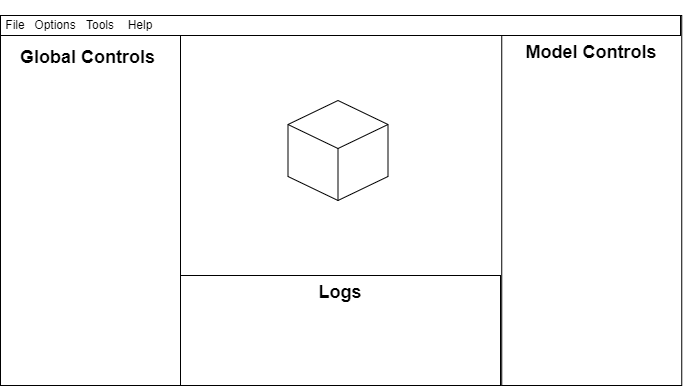
ZOulhadj/vmve keeps this draw.io diagram as docs/report/images/ui_design.png. Above is the earlier version. Source tidied: cells renumbered, new cells last; positions are measured from the earlier drawing's top-left corner, leaving out a move shared by most shapes. Source of this version:
```xml
<mxGraphModel>
  <root>
    <mxCell id="0" />
    <mxCell id="1" parent="0" />
    <mxCell id="2" style="rounded=0;whiteSpace=wrap;html=1;" parent="1" vertex="1">
      <mxGeometry width="680" height="370" as="geometry" />
    </mxCell>
    <mxCell id="3" style="rounded=0;whiteSpace=wrap;html=1;" parent="1" vertex="1">
      <mxGeometry width="180" height="370" as="geometry" />
    </mxCell>
    <mxCell id="4" style="rounded=0;whiteSpace=wrap;html=1;" parent="1" vertex="1">
      <mxGeometry x="501.2" width="180" height="370" as="geometry" />
    </mxCell>
    <mxCell id="5" style="rounded=0;whiteSpace=wrap;html=1;" parent="1" vertex="1">
      <mxGeometry x="180" y="260" width="320" height="110" as="geometry" />
    </mxCell>
    <mxCell id="6" style="rounded=0;whiteSpace=wrap;html=1;" parent="1" vertex="1">
      <mxGeometry width="680" height="20" as="geometry" />
    </mxCell>
    <mxCell id="7" style="html=1;shape=mxgraph.basic.isocube;isoAngle=15;shadow=0;sketch=0;rotation=0;" parent="1" vertex="1">
      <mxGeometry x="287.5" y="85" width="100" height="100" as="geometry" />
    </mxCell>
    <mxCell id="8" value="File" style="text;html=1;strokeColor=none;fillColor=none;align=center;verticalAlign=middle;whiteSpace=wrap;rounded=0;" parent="1" vertex="1">
      <mxGeometry width="30" height="20" as="geometry" />
    </mxCell>
    <mxCell id="9" value="Options" style="text;html=1;strokeColor=none;fillColor=none;align=center;verticalAlign=middle;whiteSpace=wrap;rounded=0;" parent="1" vertex="1">
      <mxGeometry x="30" width="50" height="20" as="geometry" />
    </mxCell>
    <mxCell id="10" value="Tools" style="text;html=1;strokeColor=none;fillColor=none;align=center;verticalAlign=middle;whiteSpace=wrap;rounded=0;" parent="1" vertex="1">
      <mxGeometry x="80" width="40" height="20" as="geometry" />
    </mxCell>
    <mxCell id="11" value="Help" style="text;html=1;strokeColor=none;fillColor=none;align=center;verticalAlign=middle;whiteSpace=wrap;rounded=0;" parent="1" vertex="1">
      <mxGeometry x="120" width="40" height="20" as="geometry" />
    </mxCell>
    <mxCell id="12" value="&lt;h1&gt;&lt;font style=&quot;font-size: 18px;&quot;&gt;Global Controls&lt;/font&gt;&lt;/h1&gt;" style="text;html=1;strokeColor=none;fillColor=none;spacing=5;spacingTop=-20;whiteSpace=wrap;overflow=hidden;rounded=0;" parent="1" vertex="1">
      <mxGeometry x="15" y="20" width="150" height="50" as="geometry" />
    </mxCell>
    <mxCell id="13" value="&lt;h1 style=&quot;border-color: var(--border-color); text-align: left;&quot;&gt;&lt;font style=&quot;border-color: var(--border-color); font-size: 18px;&quot;&gt;Logs&lt;/font&gt;&lt;/h1&gt;" style="text;html=1;strokeColor=none;fillColor=none;align=center;verticalAlign=middle;whiteSpace=wrap;rounded=0;fontSize=18;" parent="1" vertex="1">
      <mxGeometry x="180" y="260" width="320" height="20" as="geometry" />
    </mxCell>
    <mxCell id="14" value="&lt;h1 style=&quot;border-color: var(--border-color); text-align: left;&quot;&gt;&lt;span style=&quot;font-size: 18px;&quot;&gt;Model Controls&lt;/span&gt;&lt;/h1&gt;" style="text;html=1;strokeColor=none;fillColor=none;align=center;verticalAlign=middle;whiteSpace=wrap;rounded=0;fontSize=18;" parent="1" vertex="1">
      <mxGeometry x="509.4" y="20" width="163.8" height="20" as="geometry" />
    </mxCell>
  </root>
</mxGraphModel>
```
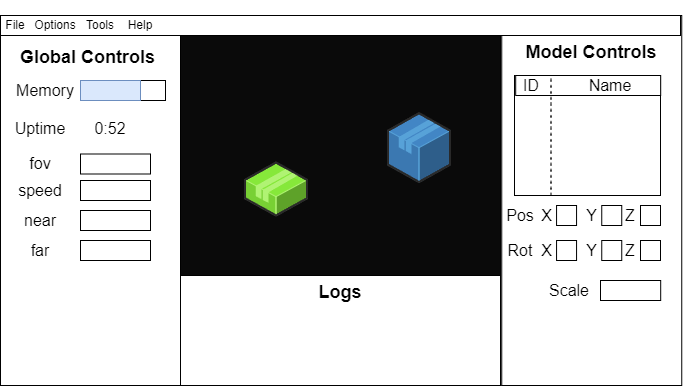
After the change.

The edit, as a diff of the source:
```diff
@@ -17,29 +17,137 @@
     <mxCell id="6" style="rounded=0;whiteSpace=wrap;html=1;" parent="1" vertex="1">
       <mxGeometry width="680" height="20" as="geometry" />
     </mxCell>
-    <mxCell id="7" style="html=1;shape=mxgraph.basic.isocube;isoAngle=15;shadow=0;sketch=0;rotation=0;" parent="1" vertex="1">
-      <mxGeometry x="287.5" y="85" width="100" height="100" as="geometry" />
+    <mxCell id="7" value="File" style="text;html=1;strokeColor=none;fillColor=none;align=center;verticalAlign=middle;whiteSpace=wrap;rounded=0;" parent="1" vertex="1">
+      <mxGeometry width="30" height="20" as="geometry" />
     </mxCell>
-    <mxCell id="8" value="File" style="text;html=1;strokeColor=none;fillColor=none;align=center;verticalAlign=middle;whiteSpace=wrap;rounded=0;" parent="1" vertex="1">
-      <mxGeometry width="30" height="20" as="geometry" />
+    <mxCell id="8" value="Options" style="text;html=1;strokeColor=none;fillColor=none;align=center;verticalAlign=middle;whiteSpace=wrap;rounded=0;" parent="1" vertex="1">
+      <mxGeometry x="30" width="50" height="20" as="geometry" />
     </mxCell>
-    <mxCell id="9" value="Options" style="text;html=1;strokeColor=none;fillColor=none;align=center;verticalAlign=middle;whiteSpace=wrap;rounded=0;" parent="1" vertex="1">
-      <mxGeometry x="30" width="50" height="20" as="geometry" />
+    <mxCell id="9" value="Tools" style="text;html=1;strokeColor=none;fillColor=none;align=center;verticalAlign=middle;whiteSpace=wrap;rounded=0;" parent="1" vertex="1">
+      <mxGeometry x="80" width="40" height="20" as="geometry" />
     </mxCell>
-    <mxCell id="10" value="Tools" style="text;html=1;strokeColor=none;fillColor=none;align=center;verticalAlign=middle;whiteSpace=wrap;rounded=0;" parent="1" vertex="1">
-      <mxGeometry x="80" width="40" height="20" as="geometry" />
+    <mxCell id="10" value="Help" style="text;html=1;strokeColor=none;fillColor=none;align=center;verticalAlign=middle;whiteSpace=wrap;rounded=0;" parent="1" vertex="1">
+      <mxGeometry x="120" width="40" height="20" as="geometry" />
     </mxCell>
-    <mxCell id="11" value="Help" style="text;html=1;strokeColor=none;fillColor=none;align=center;verticalAlign=middle;whiteSpace=wrap;rounded=0;" parent="1" vertex="1">
-      <mxGeometry x="120" width="40" height="20" as="geometry" />
+    <mxCell id="11" value="&lt;h1&gt;&lt;font style=&quot;font-size: 18px;&quot;&gt;Global Controls&lt;/font&gt;&lt;/h1&gt;" style="text;html=1;strokeColor=none;fillColor=none;spacing=5;spacingTop=-20;whiteSpace=wrap;overflow=hidden;rounded=0;" parent="1" vertex="1">
+      <mxGeometry x="15" y="20" width="150" height="50" as="geometry" />
     </mxCell>
-    <mxCell id="12" value="&lt;h1&gt;&lt;font style=&quot;font-size: 18px;&quot;&gt;Global Controls&lt;/font&gt;&lt;/h1&gt;" style="text;html=1;strokeColor=none;fillColor=none;spacing=5;spacingTop=-20;whiteSpace=wrap;overflow=hidden;rounded=0;" parent="1" vertex="1">
-      <mxGeometry x="15" y="20" width="150" height="50" as="geometry" />
+    <mxCell id="12" value="&lt;h1 style=&quot;border-color: var(--border-color); text-align: left;&quot;&gt;&lt;font style=&quot;border-color: var(--border-color); font-size: 18px;&quot;&gt;Logs&lt;/font&gt;&lt;/h1&gt;" style="text;html=1;strokeColor=none;fillColor=none;align=center;verticalAlign=middle;whiteSpace=wrap;rounded=0;fontSize=18;" parent="1" vertex="1">
+      <mxGeometry x="180" y="265" width="320" height="10" as="geometry" />
     </mxCell>
-    <mxCell id="13" value="&lt;h1 style=&quot;border-color: var(--border-color); text-align: left;&quot;&gt;&lt;font style=&quot;border-color: var(--border-color); font-size: 18px;&quot;&gt;Logs&lt;/font&gt;&lt;/h1&gt;" style="text;html=1;strokeColor=none;fillColor=none;align=center;verticalAlign=middle;whiteSpace=wrap;rounded=0;fontSize=18;" parent="1" vertex="1">
-      <mxGeometry x="180" y="260" width="320" height="20" as="geometry" />
+    <mxCell id="13" value="&lt;h1 style=&quot;border-color: var(--border-color); text-align: left;&quot;&gt;&lt;span style=&quot;font-size: 18px;&quot;&gt;Model Controls&lt;/span&gt;&lt;/h1&gt;" style="text;html=1;strokeColor=none;fillColor=none;align=center;verticalAlign=middle;whiteSpace=wrap;rounded=0;fontSize=18;" parent="1" vertex="1">
+      <mxGeometry x="509.4" y="20" width="163.8" height="20" as="geometry" />
     </mxCell>
-    <mxCell id="14" value="&lt;h1 style=&quot;border-color: var(--border-color); text-align: left;&quot;&gt;&lt;span style=&quot;font-size: 18px;&quot;&gt;Model Controls&lt;/span&gt;&lt;/h1&gt;" style="text;html=1;strokeColor=none;fillColor=none;align=center;verticalAlign=middle;whiteSpace=wrap;rounded=0;fontSize=18;" parent="1" vertex="1">
-      <mxGeometry x="509.4" y="20" width="163.8" height="20" as="geometry" />
+    <mxCell id="14" style="rounded=0;whiteSpace=wrap;html=1;fontSize=16;" parent="1" vertex="1">
+      <mxGeometry x="514" y="60" width="146" height="120" as="geometry" />
     </mxCell>
+    <mxCell id="15" style="rounded=0;whiteSpace=wrap;html=1;fontSize=16;" parent="1" vertex="1">
+      <mxGeometry x="640" y="190" width="20" height="20" as="geometry" />
+    </mxCell>
+    <mxCell id="16" style="rounded=0;whiteSpace=wrap;html=1;fontSize=16;" parent="1" vertex="1">
+      <mxGeometry x="600" y="265" width="60.2" height="20" as="geometry" />
+    </mxCell>
+    <mxCell id="17" value="X" style="text;html=1;strokeColor=none;fillColor=none;align=center;verticalAlign=middle;whiteSpace=wrap;rounded=0;fontSize=16;" parent="1" vertex="1">
+      <mxGeometry x="537.3" y="185" width="18.8" height="30" as="geometry" />
+    </mxCell>
+    <mxCell id="18" style="rounded=0;whiteSpace=wrap;html=1;fontSize=16;" parent="1" vertex="1">
+      <mxGeometry x="601.2" y="190" width="20" height="20" as="geometry" />
+    </mxCell>
+    <mxCell id="19" style="rounded=0;whiteSpace=wrap;html=1;fontSize=16;" parent="1" vertex="1">
+      <mxGeometry x="556.1" y="190" width="20" height="20" as="geometry" />
+    </mxCell>
+    <mxCell id="20" value="Y" style="text;html=1;strokeColor=none;fillColor=none;align=center;verticalAlign=middle;whiteSpace=wrap;rounded=0;fontSize=16;" parent="1" vertex="1">
+      <mxGeometry x="586.1" y="185" width="11.4" height="30" as="geometry" />
+    </mxCell>
+    <mxCell id="21" value="Z" style="text;html=1;strokeColor=none;fillColor=none;align=center;verticalAlign=middle;whiteSpace=wrap;rounded=0;fontSize=16;" parent="1" vertex="1">
+      <mxGeometry x="625" y="185" width="10" height="30" as="geometry" />
+    </mxCell>
+    <mxCell id="22" value="Scale" style="text;html=1;strokeColor=none;fillColor=none;align=center;verticalAlign=middle;whiteSpace=wrap;rounded=0;fontSize=16;" parent="1" vertex="1">
+      <mxGeometry x="539.4" y="260" width="60" height="30" as="geometry" />
+    </mxCell>
+    <mxCell id="23" style="rounded=0;whiteSpace=wrap;html=1;fontSize=16;" parent="1" vertex="1">
+      <mxGeometry x="515.2" y="60" width="145" height="20" as="geometry" />
+    </mxCell>
+    <mxCell id="24" style="endArrow=none;dashed=1;html=1;rounded=0;fontSize=12;startSize=8;endSize=8;curved=1;exitX=0.25;exitY=1;exitDx=0;exitDy=0;entryX=0.25;entryY=0;entryDx=0;entryDy=0;" parent="1" edge="1" source="14" target="14">
+      <mxGeometry relative="1" as="geometry" />
+    </mxCell>
+    <mxCell id="25" value="ID" style="text;html=1;strokeColor=none;fillColor=none;align=center;verticalAlign=middle;whiteSpace=wrap;rounded=0;fontSize=16;" parent="1" vertex="1">
+      <mxGeometry x="501.2" y="55" width="60" height="30" as="geometry" />
+    </mxCell>
+    <mxCell id="26" value="Name" style="text;html=1;strokeColor=none;fillColor=none;align=center;verticalAlign=middle;whiteSpace=wrap;rounded=0;fontSize=16;" parent="1" vertex="1">
+      <mxGeometry x="580.2" y="55" width="60" height="30" as="geometry" />
+    </mxCell>
+    <mxCell id="27" style="rounded=0;whiteSpace=wrap;html=1;fontSize=16;fillColor=#0A0A0A;" parent="1" vertex="1">
+      <mxGeometry x="180" y="20" width="320" height="240" as="geometry" />
+    </mxCell>
+    <mxCell id="28" style="verticalLabelPosition=bottom;html=1;verticalAlign=top;strokeWidth=1;align=center;dashed=0;shape=mxgraph.aws3d.application;fillColor=#4286c5;strokeColor=#57A2D8;fontSize=16;" parent="1" vertex="1">
+      <mxGeometry x="387.5" y="97.7" width="62" height="68.8" as="geometry" />
+    </mxCell>
+    <mxCell id="29" style="verticalLabelPosition=bottom;html=1;verticalAlign=top;strokeWidth=1;align=center;dashed=0;shape=mxgraph.aws3d.application2;fillColor=#86E83A;strokeColor=#B0F373;fontSize=16;" parent="1" vertex="1">
+      <mxGeometry x="244.5" y="147" width="62" height="53" as="geometry" />
+    </mxCell>
+    <mxCell id="30" style="rounded=0;whiteSpace=wrap;html=1;fontSize=16;" parent="1" vertex="1">
+      <mxGeometry x="80" y="65" width="85" height="20" as="geometry" />
+    </mxCell>
+    <mxCell id="31" style="rounded=0;whiteSpace=wrap;html=1;fontSize=16;fillColor=#dae8fc;strokeColor=#6c8ebf;" parent="1" vertex="1">
+      <mxGeometry x="80" y="65" width="60" height="20" as="geometry" />
+    </mxCell>
+    <mxCell id="32" value="Memory" style="text;html=1;strokeColor=none;fillColor=none;align=center;verticalAlign=middle;whiteSpace=wrap;rounded=0;fontSize=16;" parent="1" vertex="1">
+      <mxGeometry x="15" y="60" width="60" height="30" as="geometry" />
+    </mxCell>
+    <mxCell id="33" style="rounded=0;whiteSpace=wrap;html=1;fontSize=16;" parent="1" vertex="1">
+      <mxGeometry x="640" y="225" width="20" height="20" as="geometry" />
+    </mxCell>
+    <mxCell id="34" value="X" style="text;html=1;strokeColor=none;fillColor=none;align=center;verticalAlign=middle;whiteSpace=wrap;rounded=0;fontSize=16;" parent="1" vertex="1">
+      <mxGeometry x="537.3" y="220" width="18.8" height="30" as="geometry" />
+    </mxCell>
+    <mxCell id="35" style="rounded=0;whiteSpace=wrap;html=1;fontSize=16;" parent="1" vertex="1">
+      <mxGeometry x="601.2" y="225" width="20" height="20" as="geometry" />
+    </mxCell>
+    <mxCell id="36" style="rounded=0;whiteSpace=wrap;html=1;fontSize=16;" parent="1" vertex="1">
+      <mxGeometry x="556.1" y="225" width="20" height="20" as="geometry" />
+    </mxCell>
+    <mxCell id="37" value="Y" style="text;html=1;strokeColor=none;fillColor=none;align=center;verticalAlign=middle;whiteSpace=wrap;rounded=0;fontSize=16;" parent="1" vertex="1">
+      <mxGeometry x="586.1" y="220" width="11.4" height="30" as="geometry" />
+    </mxCell>
+    <mxCell id="38" value="Z" style="text;html=1;strokeColor=none;fillColor=none;align=center;verticalAlign=middle;whiteSpace=wrap;rounded=0;fontSize=16;" parent="1" vertex="1">
+      <mxGeometry x="625" y="220" width="10" height="30" as="geometry" />
+    </mxCell>
+    <mxCell id="39" value="Pos" style="text;html=1;strokeColor=none;fillColor=none;align=center;verticalAlign=middle;whiteSpace=wrap;rounded=0;fontSize=16;" parent="1" vertex="1">
+      <mxGeometry x="490" y="185" width="60" height="30" as="geometry" />
+    </mxCell>
+    <mxCell id="40" value="Rot" style="text;html=1;strokeColor=none;fillColor=none;align=center;verticalAlign=middle;whiteSpace=wrap;rounded=0;fontSize=16;" parent="1" vertex="1">
+      <mxGeometry x="490" y="220" width="60" height="30" as="geometry" />
+    </mxCell>
+    <mxCell id="41" value="Uptime" style="text;html=1;strokeColor=none;fillColor=none;align=center;verticalAlign=middle;whiteSpace=wrap;rounded=0;fontSize=16;" parent="1" vertex="1">
+      <mxGeometry x="10" y="97.7" width="60" height="30" as="geometry" />
+    </mxCell>
+    <mxCell id="42" value="0:52" style="text;html=1;strokeColor=none;fillColor=none;align=center;verticalAlign=middle;whiteSpace=wrap;rounded=0;fontSize=16;" parent="1" vertex="1">
+      <mxGeometry x="80" y="97.7" width="60" height="30" as="geometry" />
+    </mxCell>
+    <mxCell id="43" style="rounded=0;whiteSpace=wrap;html=1;fontSize=16;" parent="1" vertex="1">
+      <mxGeometry x="80" y="138.5" width="70" height="20" as="geometry" />
+    </mxCell>
+    <mxCell id="44" style="rounded=0;whiteSpace=wrap;html=1;fontSize=16;" parent="1" vertex="1">
+      <mxGeometry x="80" y="165" width="70" height="20" as="geometry" />
+    </mxCell>
+    <mxCell id="45" style="rounded=0;whiteSpace=wrap;html=1;fontSize=16;" parent="1" vertex="1">
+      <mxGeometry x="80" y="195" width="70" height="20" as="geometry" />
+    </mxCell>
+    <mxCell id="46" value="fov" style="text;html=1;strokeColor=none;fillColor=none;align=center;verticalAlign=middle;whiteSpace=wrap;rounded=0;fontSize=16;" parent="1" vertex="1">
+      <mxGeometry x="10" y="133.5" width="60" height="30" as="geometry" />
+    </mxCell>
+    <mxCell id="47" value="speed" style="text;html=1;strokeColor=none;fillColor=none;align=center;verticalAlign=middle;whiteSpace=wrap;rounded=0;fontSize=16;" parent="1" vertex="1">
+      <mxGeometry x="10" y="160" width="60" height="30" as="geometry" />
+    </mxCell>
+    <mxCell id="48" value="near" style="text;html=1;strokeColor=none;fillColor=none;align=center;verticalAlign=middle;whiteSpace=wrap;rounded=0;fontSize=16;" parent="1" vertex="1">
+      <mxGeometry x="10" y="190" width="60" height="30" as="geometry" />
+    </mxCell>
+    <mxCell id="49" style="rounded=0;whiteSpace=wrap;html=1;fontSize=16;" parent="1" vertex="1">
+      <mxGeometry x="80" y="225" width="70" height="20" as="geometry" />
+    </mxCell>
+    <mxCell id="50" value="far" style="text;html=1;strokeColor=none;fillColor=none;align=center;verticalAlign=middle;whiteSpace=wrap;rounded=0;fontSize=16;" parent="1" vertex="1">
+      <mxGeometry x="10" y="220" width="60" height="30" as="geometry" />
+    </mxCell>
   </root>
 </mxGraphModel>
```
